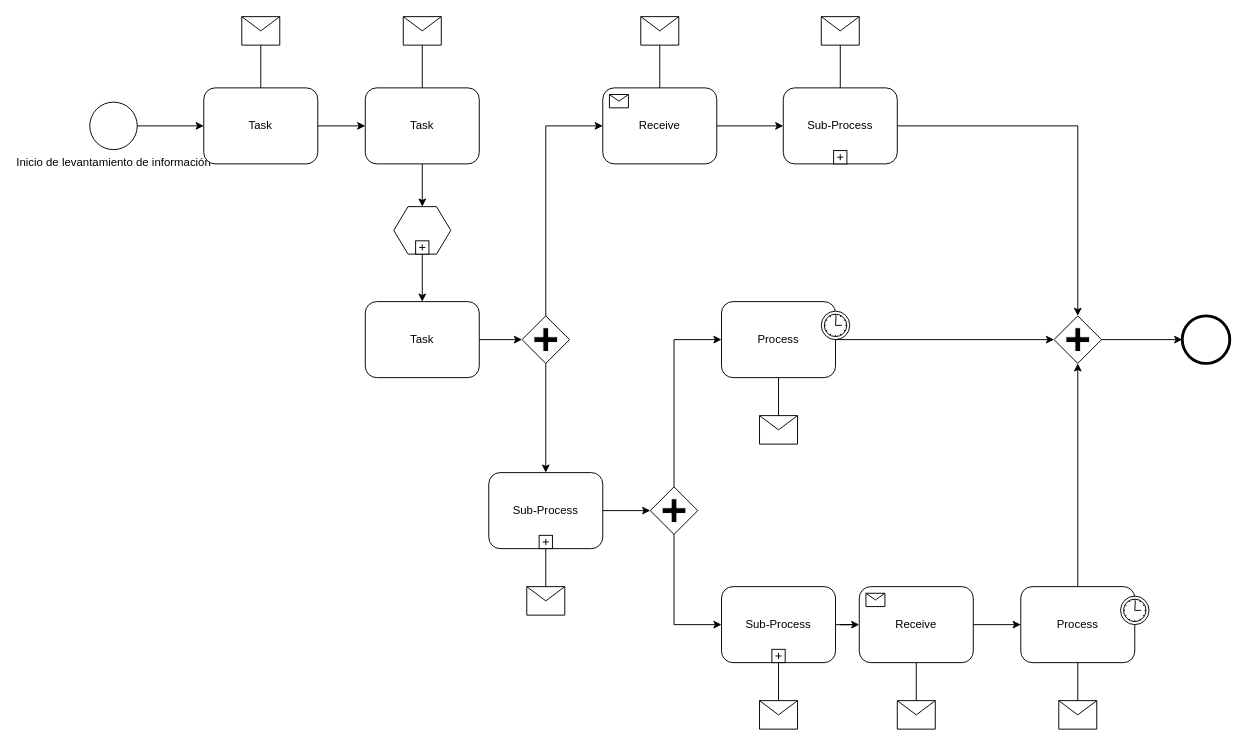
The draw.io diagram Diagrama sin título.drawio in YOviedo-2402/hello-git, before the edit. Source tidied: cells renumbered, new cells numbered last; positions are measured from the earlier drawing's top-left corner, leaving out a move shared by most shapes. Both pictures are drawn from the tidied source at 95%, with x=0, y=0 at pixel (89, 16).
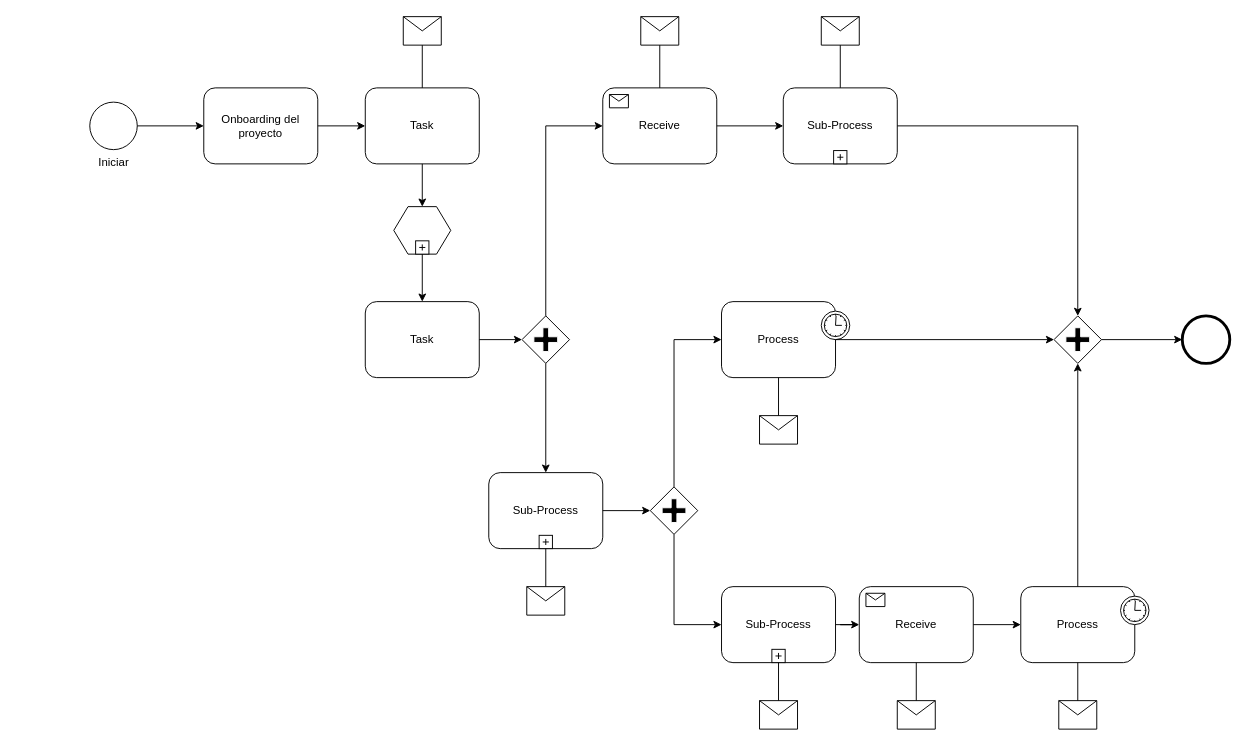
Above is the later version.

What changed in the source:
```diff
@@
-    <mxCell id="2" value="Inicio de levantamiento de información" style="shape=mxgraph.bpmn.shape;html=1;verticalLabelPosition=bottom;labelBackgroundColor=#ffffff;verticalAlign=top;perimeter=ellipsePerimeter;outline=standard;symbol=general;" parent="1" vertex="1">
+    <mxCell id="2" value="Iniciar" style="shape=mxgraph.bpmn.shape;html=1;verticalLabelPosition=bottom;labelBackgroundColor=#ffffff;verticalAlign=top;perimeter=ellipsePerimeter;outline=standard;symbol=general;" parent="1" vertex="1">
       <mxGeometry y="90" width="50" height="50" as="geometry" />
     </mxCell>
-    <mxCell id="3" value="Task" style="shape=ext;rounded=1;html=1;whiteSpace=wrap;" parent="1" vertex="1">
+    <mxCell id="3" value="Onboarding del proyecto" style="shape=ext;rounded=1;html=1;whiteSpace=wrap;" parent="1" vertex="1">
       <mxGeometry x="120" y="75" width="120" height="80" as="geometry" />
     </mxCell>
@@
-    <mxCell id="5" style="shape=message;whiteSpace=wrap;html=1;" parent="1" vertex="1">
-      <mxGeometry x="160" width="40" height="30" as="geometry" />
-    </mxCell>
@@
-    <mxCell id="35" style="edgeStyle=orthogonalEdgeStyle;rounded=0;html=1;jettySize=auto;endArrow=none;endFill=0;" parent="1" edge="1" source="5" target="3">
-      <mxGeometry relative="1" as="geometry" />
-    </mxCell>
```
